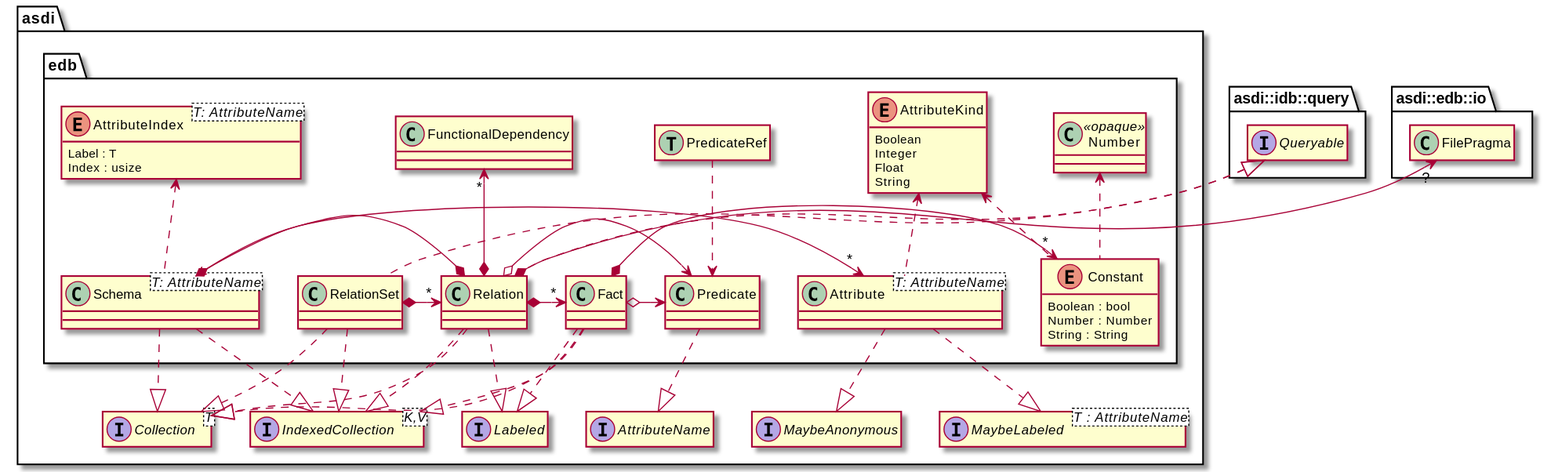
Before: book/src/model/edb.svg, a diagram exported from PlantUML (johnstonskj/rust-asdi).
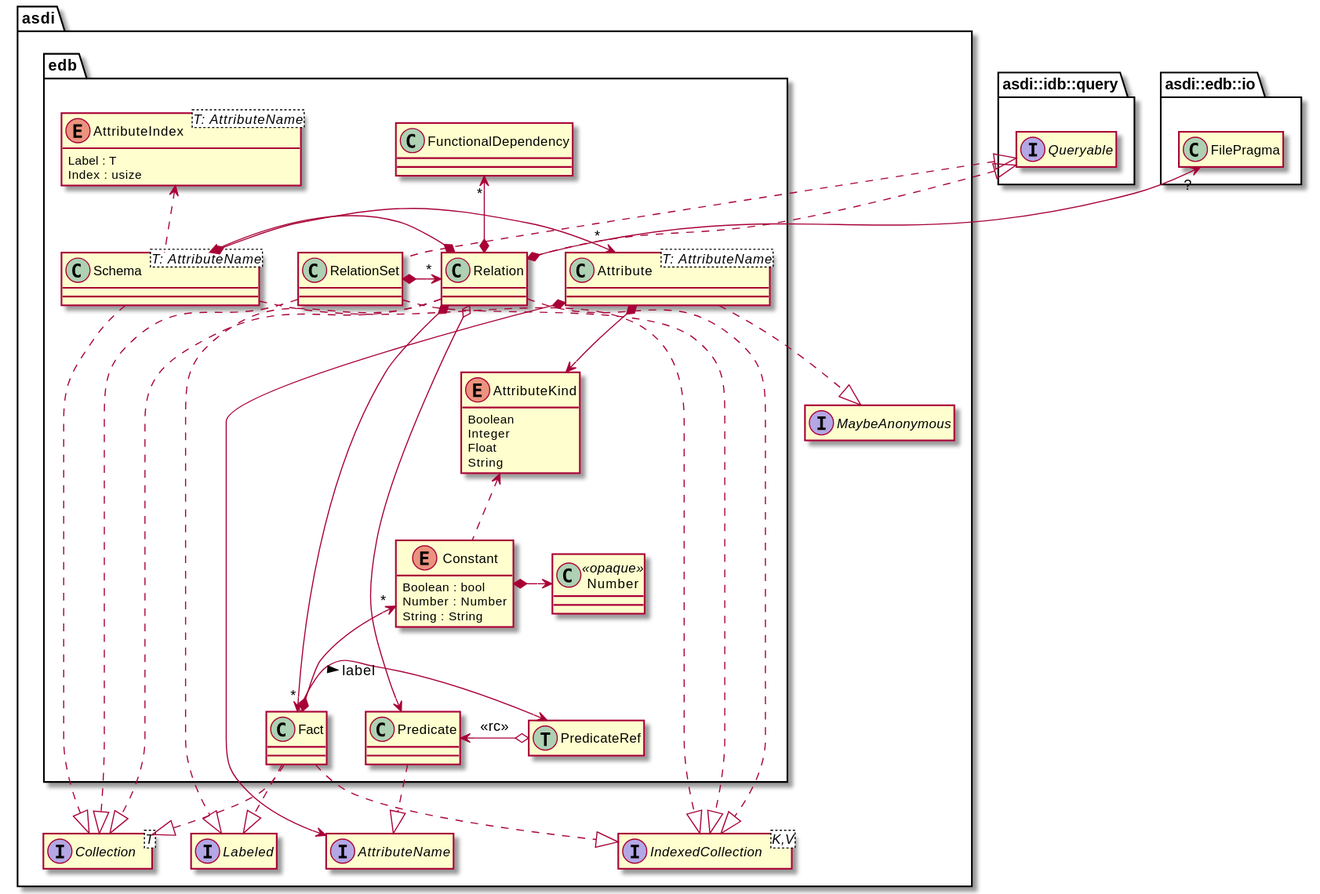
The same file after the commit.

Diff of the diagram source:
```diff
@@ -17,9 +17,6 @@
 interface asdi::MaybeAnonymous
 hide "asdi::MaybeAnonymous" members
 
-interface asdi::MaybeLabeled<T : AttributeName>
-hide "asdi::MaybeLabeled" members
-
 interface asdi::idb::query::Queryable
 hide "asdi::idb::query::Queryable" members
 
@@ -37,8 +34,6 @@
     class FunctionalDependency
     class PredicateRef << (T,#ADD1B2) type >>
 
-    PredicateRef ..> Predicate
-
     enum AttributeIndex<T: AttributeName> {
         Label : T
         Index : usize
@@ -55,18 +50,18 @@
         String : String
     }
 
-    Attribute ..|> asdi::MaybeAnonymous
-    Attribute ..|> asdi::MaybeLabeled
-    Attribute .up.> AttributeKind
+    Attribute .down.|> asdi::MaybeAnonymous
+    Attribute *--> asdi::AttributeName
+    Attribute *--> AttributeKind
 
     Constant .up.> AttributeKind
-    Constant .up.> Number
+    Constant *-right> Number
 
     Fact ..|> asdi::Collection
     Fact ..|> asdi::IndexedCollection
     Fact ..|> asdi::Labeled
-    Fact o-> Predicate
-    Fact *-> "*" Constant
+    Fact o-> PredicateRef: label >
+    Fact *-up-> "*" Constant
 
     Predicate ..|> asdi::AttributeName
 
@@ -89,6 +84,8 @@
     Schema ..|> asdi::IndexedCollection
     Schema *-> "*" Attribute
     Schema .up.> AttributeIndex
+
+    PredicateRef o-> Predicate: <<rc>>
 }
 
 
```
